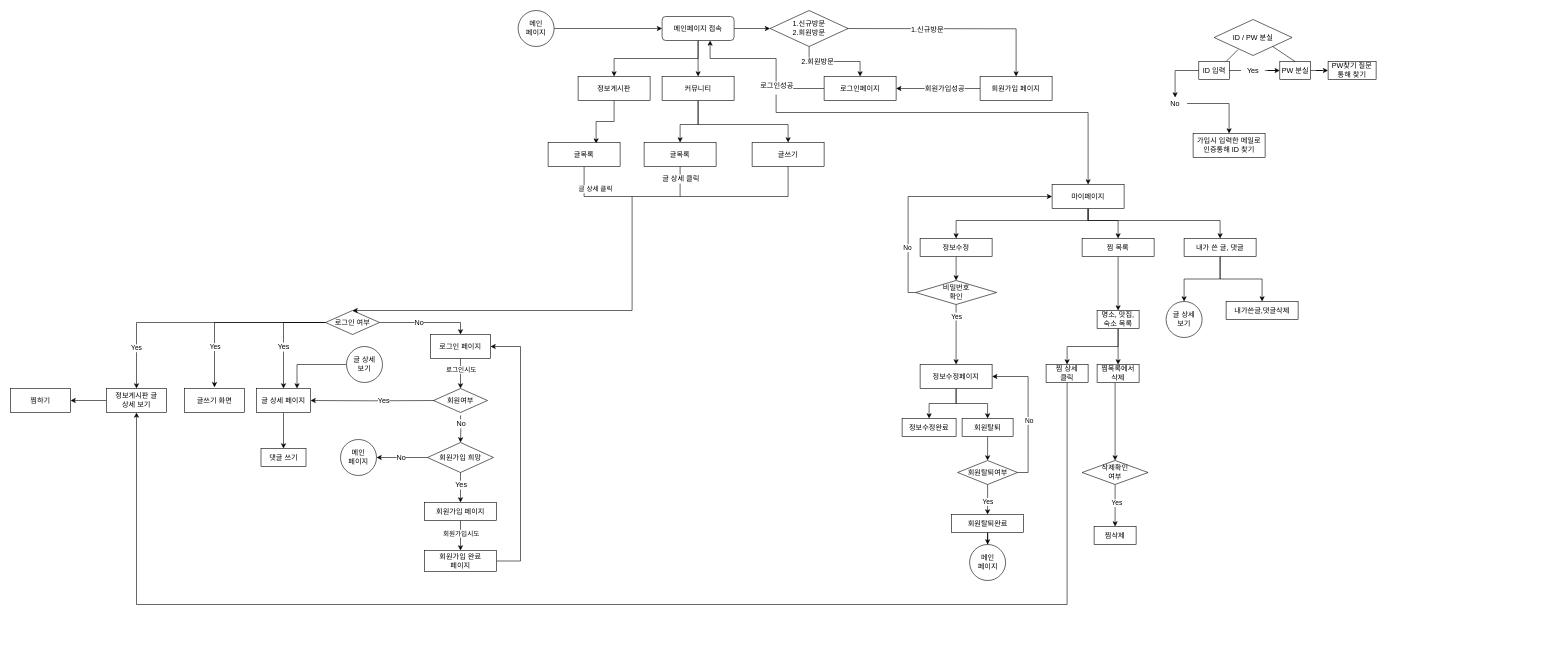
Before: Copy of Untitled Diagram.drawio in kzetadev/dotoriProject, a draw.io diagram. Source tidied: cells renumbered, new cells numbered last; positions are measured from the earlier drawing's top-left corner, leaving out a move shared by most shapes. Both pictures are drawn from the tidied source at 60%, with x=0, y=0 at pixel (10, 10).
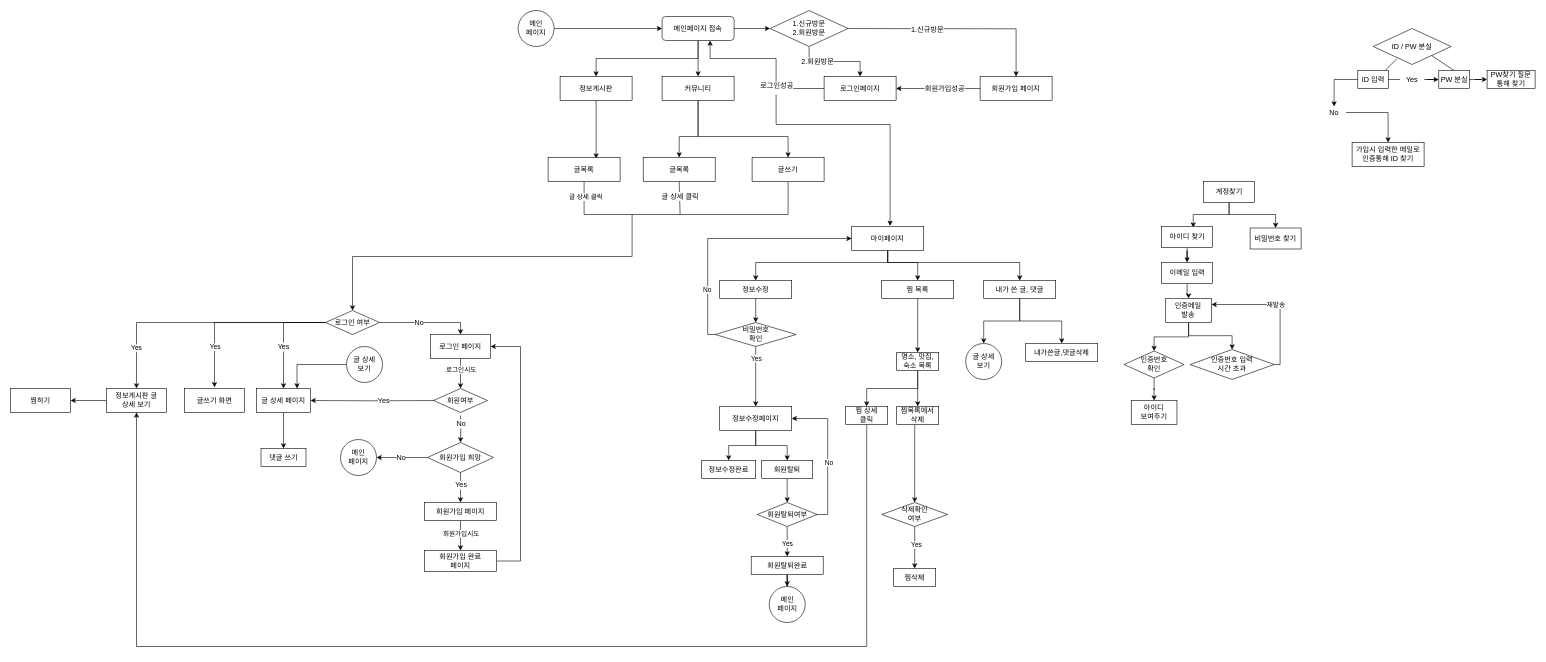
The same diagram, later.

The change refers to these unchanged cells:
```xml
<mxCell id="12" value="커뮤니티" style="rounded=0;whiteSpace=wrap;html=1;" parent="1" vertex="1">
  <mxGeometry x="1086" y="110" width="120" height="40" as="geometry" />
</mxCell>
<mxCell id="34" value="로그인 여부" style="rhombus;whiteSpace=wrap;html=1;" parent="1" vertex="1">
  <mxGeometry x="525" y="500" width="90" height="40" as="geometry" />
</mxCell>
<mxCell id="104" value="정보게시판 글&lt;br&gt;상세 보기" style="rounded=0;whiteSpace=wrap;html=1;" parent="1" vertex="1">
  <mxGeometry x="160" y="630" width="100" height="40" as="geometry" />
</mxCell>
```

What changed in the source:
```diff
@@
+    <mxCell id="11" style="edgeStyle=orthogonalEdgeStyle;rounded=0;jettySize=auto;html=1;entryX=0.5;entryY=0;entryDx=0;entryDy=0;exitX=0.5;exitY=1;exitDx=0;exitDy=0;" parent="1" edge="1" source="12" target="20">
+      <mxGeometry relative="1" as="geometry">
+        <Array as="points">
+          <mxPoint x="1146" y="210" />
+          <mxPoint x="1296" y="210" />
+        </Array>
+      </mxGeometry>
+    </mxCell>
     <mxCell id="10" style="edgeStyle=orthogonalEdgeStyle;rounded=0;jettySize=auto;html=1;entryX=0.5;entryY=0;entryDx=0;entryDy=0;" parent="1" edge="1" source="12" target="19">
       <mxGeometry relative="1" as="geometry">
         <Array as="points">
-          <mxPoint x="1146" y="190" />
-          <mxPoint x="1116" y="190" />
+          <mxPoint x="1146" y="210" />
+          <mxPoint x="1114" y="210" />
         </Array>
       </mxGeometry>
     </mxCell>
-    <mxCell id="11" style="edgeStyle=orthogonalEdgeStyle;rounded=0;jettySize=auto;html=1;entryX=0.5;entryY=0;entryDx=0;entryDy=0;" parent="1" edge="1" source="12" target="20">
-      <mxGeometry relative="1" as="geometry">
-        <Array as="points">
-          <mxPoint x="1146" y="190" />
-          <mxPoint x="1296" y="190" />
-        </Array>
-      </mxGeometry>
-    </mxCell>
@@
     <mxCell id="19" value="글목록" style="rounded=0;whiteSpace=wrap;html=1;" parent="1" vertex="1">
-      <mxGeometry x="1056" y="220" width="120" height="40" as="geometry" />
+      <mxGeometry x="1054.5" y="245" width="120" height="40" as="geometry" />
     </mxCell>
     <mxCell id="20" value="글쓰기" style="rounded=0;whiteSpace=wrap;html=1;" parent="1" vertex="1">
-      <mxGeometry x="1236" y="220" width="120" height="40" as="geometry" />
+      <mxGeometry x="1236" y="245" width="120" height="40" as="geometry" />
     </mxCell>
@@
     <mxCell id="22" style="endArrow=none;html=1;entryX=0.5;entryY=1;entryDx=0;entryDy=0;" parent="1" edge="1" target="19">
       <mxGeometry relative="1" as="geometry">
-        <mxPoint x="1116" y="310" as="sourcePoint" />
+        <mxPoint x="1116" y="340" as="sourcePoint" />
       </mxGeometry>
     </mxCell>
@@
     <mxCell id="24" style="endArrow=none;html=1;" parent="1" edge="1">
       <mxGeometry relative="1" as="geometry">
-        <mxPoint x="1036" y="310" as="sourcePoint" />
-        <mxPoint x="1296" y="310" as="targetPoint" />
+        <mxPoint x="1036" y="340" as="sourcePoint" />
+        <mxPoint x="1296" y="340" as="targetPoint" />
       </mxGeometry>
     </mxCell>
-    <mxCell id="25" style="endArrow=none;html=1;" parent="1" edge="1">
+    <mxCell id="25" style="endArrow=none;html=1;entryX=0.5;entryY=1;entryDx=0;entryDy=0;" parent="1" edge="1" target="20">
       <mxGeometry relative="1" as="geometry">
-        <mxPoint x="1296" y="310" as="sourcePoint" />
-        <mxPoint x="1296" y="260" as="targetPoint" />
+        <mxPoint x="1296" y="340" as="sourcePoint" />
       </mxGeometry>
     </mxCell>
@@
     <mxCell id="57" value="정보게시판" style="rounded=0;whiteSpace=wrap;html=1;" parent="1" vertex="1">
-      <mxGeometry x="946" y="110" width="120" height="40" as="geometry" />
+      <mxGeometry x="916" y="110" width="120" height="40" as="geometry" />
     </mxCell>
     <mxCell id="58" style="edgeStyle=orthogonalEdgeStyle;rounded=0;jettySize=auto;html=1;exitX=0.5;exitY=1;exitDx=0;exitDy=0;entryX=0.5;entryY=0;entryDx=0;entryDy=0;" parent="1" edge="1" source="60" target="34">
       <mxGeometry relative="1" as="geometry">
         <Array as="points">
-          <mxPoint x="956" y="310" />
-          <mxPoint x="1036" y="310" />
-          <mxPoint x="1036" y="500" />
+          <mxPoint x="956" y="340" />
+          <mxPoint x="1036" y="340" />
+          <mxPoint x="1036" y="410" />
+          <mxPoint x="570" y="410" />
         </Array>
       </mxGeometry>
     </mxCell>
     <mxCell id="59" value="글 상세 클릭" style="edgeLabel;html=1;align=center;verticalAlign=middle;" parent="58" vertex="1">
       <mxGeometry x="-0.83" y="-1" relative="1" as="geometry">
-        <mxPoint x="1" y="-14" as="offset" />
+        <mxPoint x="-7.9" y="-31" as="offset" />
       </mxGeometry>
     </mxCell>
     <mxCell id="60" value="글목록" style="rounded=0;whiteSpace=wrap;html=1;" parent="1" vertex="1">
-      <mxGeometry x="896" y="220" width="120" height="40" as="geometry" />
+      <mxGeometry x="896" y="245" width="120" height="40" as="geometry" />
     </mxCell>
     <mxCell id="61" style="endArrow=none;html=1;" parent="1" edge="1">
       <mxGeometry relative="1" as="geometry">
         <mxPoint x="1276" y="140" as="sourcePoint" />
-        <mxPoint x="1276" y="170" as="targetPoint" />
+        <mxPoint x="1276" y="190" as="targetPoint" />
       </mxGeometry>
     </mxCell>
     <mxCell id="62" style="endArrow=none;html=1;" parent="1" edge="1">
       <mxGeometry relative="1" as="geometry">
-        <mxPoint x="1276" y="170" as="sourcePoint" />
-        <mxPoint x="1796" y="170" as="targetPoint" />
+        <mxPoint x="1276" y="190" as="sourcePoint" />
+        <mxPoint x="1466" y="190" as="targetPoint" />
       </mxGeometry>
     </mxCell>
     <mxCell id="63" style="endArrow=classic;html=1;" parent="1" edge="1">
       <mxGeometry relative="1" as="geometry">
-        <mxPoint x="1796" y="170" as="sourcePoint" />
-        <mxPoint x="1796" y="290" as="targetPoint" />
+        <mxPoint x="1466" y="190" as="sourcePoint" />
+        <mxPoint x="1466" y="359" as="targetPoint" />
       </mxGeometry>
     </mxCell>
     <mxCell id="64" style="edgeStyle=orthogonalEdgeStyle;rounded=0;jettySize=auto;html=1;entryX=0.5;entryY=0;entryDx=0;entryDy=0;" parent="1" edge="1" source="67" target="73">
       <mxGeometry relative="1" as="geometry">
         <Array as="points">
-          <mxPoint x="1796" y="350" />
-          <mxPoint x="1846" y="350" />
+          <mxPoint x="1462" y="420" />
+          <mxPoint x="1512" y="420" />
         </Array>
       </mxGeometry>
     </mxCell>
     <mxCell id="65" style="edgeStyle=orthogonalEdgeStyle;rounded=0;jettySize=auto;html=1;entryX=0.5;entryY=0;entryDx=0;entryDy=0;" parent="1" edge="1" target="71">
       <mxGeometry relative="1" as="geometry">
-        <mxPoint x="1796" y="330" as="sourcePoint" />
+        <mxPoint x="1462" y="400" as="sourcePoint" />
         <Array as="points">
-          <mxPoint x="1796" y="350" />
-          <mxPoint x="2016" y="350" />
+          <mxPoint x="1462" y="420" />
+          <mxPoint x="1682" y="420" />
         </Array>
       </mxGeometry>
     </mxCell>
     <mxCell id="66" style="edgeStyle=orthogonalEdgeStyle;rounded=0;jettySize=auto;html=1;entryX=0.5;entryY=0;entryDx=0;entryDy=0;" parent="1" edge="1" source="67" target="69">
       <mxGeometry relative="1" as="geometry">
         <Array as="points">
-          <mxPoint x="1796" y="350" />
-          <mxPoint x="1576" y="350" />
+          <mxPoint x="1462" y="420" />
+          <mxPoint x="1242" y="420" />
         </Array>
       </mxGeometry>
     </mxCell>
     <mxCell id="67" value="마이페이지" style="rounded=0;whiteSpace=wrap;html=1;" parent="1" vertex="1">
-      <mxGeometry x="1736" y="290" width="120" height="40" as="geometry" />
+      <mxGeometry x="1402" y="360" width="120" height="40" as="geometry" />
     </mxCell>
     <mxCell id="68" style="edgeStyle=orthogonalEdgeStyle;rounded=0;jettySize=auto;html=1;entryX=0.5;entryY=0;entryDx=0;entryDy=0;" parent="1" edge="1" source="69" target="78">
       <mxGeometry relative="1" as="geometry">
         <Array as="points">
-          <mxPoint x="1576" y="430" />
-          <mxPoint x="1576" y="430" />
+          <mxPoint x="1242" y="500" />
+          <mxPoint x="1242" y="500" />
         </Array>
       </mxGeometry>
     </mxCell>
     <mxCell id="69" value="정보수정" style="rounded=0;whiteSpace=wrap;html=1;" parent="1" vertex="1">
-      <mxGeometry x="1516" y="380" width="120" height="30" as="geometry" />
+      <mxGeometry x="1182" y="450" width="120" height="30" as="geometry" />
     </mxCell>
@@
     <mxCell id="71" value="내가 쓴 글, 댓글" style="rounded=0;whiteSpace=wrap;html=1;" parent="1" vertex="1">
-      <mxGeometry x="1956" y="380" width="120" height="30" as="geometry" />
+      <mxGeometry x="1622" y="450" width="120" height="30" as="geometry" />
     </mxCell>
@@
     <mxCell id="73" value="찜 목록" style="rounded=0;whiteSpace=wrap;html=1;" parent="1" vertex="1">
-      <mxGeometry x="1786" y="380" width="120" height="30" as="geometry" />
+      <mxGeometry x="1452" y="450" width="120" height="30" as="geometry" />
     </mxCell>
@@
     <mxCell id="76" style="edgeStyle=orthogonalEdgeStyle;rounded=0;jettySize=auto;html=1;entryX=0;entryY=0.5;entryDx=0;entryDy=0;exitX=0;exitY=0.5;exitDx=0;exitDy=0;" parent="1" edge="1" source="78" target="67">
       <mxGeometry relative="1" as="geometry">
         <Array as="points">
-          <mxPoint x="1496" y="470" />
-          <mxPoint x="1496" y="310" />
+          <mxPoint x="1162" y="540" />
+          <mxPoint x="1162" y="380" />
         </Array>
       </mxGeometry>
     </mxCell>
@@
     <mxCell id="78" value="&lt;div&gt;비밀번호&lt;/div&gt;&lt;div&gt;확인&lt;/div&gt;" style="rhombus;whiteSpace=wrap;html=1;" parent="1" vertex="1">
-      <mxGeometry x="1508.5" y="450" width="135" height="40" as="geometry" />
+      <mxGeometry x="1174.5" y="520" width="135" height="40" as="geometry" />
     </mxCell>
@@
     <mxCell id="81" value="정보수정페이지" style="rounded=0;whiteSpace=wrap;html=1;" parent="1" vertex="1">
-      <mxGeometry x="1516" y="590" width="120" height="40" as="geometry" />
+      <mxGeometry x="1182" y="660" width="120" height="40" as="geometry" />
     </mxCell>
     <mxCell id="82" value="정보수정완료" style="rounded=0;whiteSpace=wrap;html=1;" parent="1" vertex="1">
-      <mxGeometry x="1486" y="680" width="90" height="30" as="geometry" />
+      <mxGeometry x="1152" y="750" width="90" height="30" as="geometry" />
     </mxCell>
@@
     <mxCell id="84" value="회원탈퇴" style="rounded=0;whiteSpace=wrap;html=1;" parent="1" vertex="1">
-      <mxGeometry x="1586" y="680" width="85" height="30" as="geometry" />
+      <mxGeometry x="1252" y="750" width="85" height="30" as="geometry" />
     </mxCell>
@@
     <mxCell id="87" style="edgeStyle=orthogonalEdgeStyle;rounded=0;jettySize=auto;html=1;exitX=1;exitY=0.5;exitDx=0;exitDy=0;entryX=1;entryY=0.5;entryDx=0;entryDy=0;" parent="1" edge="1" source="89" target="81">
       <mxGeometry relative="1" as="geometry">
         <Array as="points">
-          <mxPoint x="1696" y="770" />
-          <mxPoint x="1696" y="610" />
+          <mxPoint x="1362" y="840" />
+          <mxPoint x="1362" y="680" />
         </Array>
       </mxGeometry>
     </mxCell>
@@
     <mxCell id="89" value="회원탈퇴여부" style="rhombus;whiteSpace=wrap;html=1;" parent="1" vertex="1">
-      <mxGeometry x="1578.5" y="750" width="100" height="40" as="geometry" />
+      <mxGeometry x="1244.5" y="820" width="100" height="40" as="geometry" />
     </mxCell>
@@
     <mxCell id="91" value="회원탈퇴완료" style="rounded=0;whiteSpace=wrap;html=1;" parent="1" vertex="1">
-      <mxGeometry x="1568.5" y="840" width="120" height="30" as="geometry" />
+      <mxGeometry x="1234.5" y="910" width="120" height="30" as="geometry" />
     </mxCell>
     <mxCell id="92" style="edgeStyle=orthogonalEdgeStyle;rounded=0;jettySize=auto;html=1;entryX=0.5;entryY=0;entryDx=0;entryDy=0;" parent="1" edge="1" source="94" target="96">
       <mxGeometry relative="1" as="geometry">
         <Array as="points">
-          <mxPoint x="1846" y="560" />
-          <mxPoint x="1761" y="560" />
+          <mxPoint x="1512" y="630" />
+          <mxPoint x="1427" y="630" />
         </Array>
       </mxGeometry>
     </mxCell>
@@
     <mxCell id="94" value="명소, 맛집, 숙소 목록" style="rounded=0;whiteSpace=wrap;html=1;" parent="1" vertex="1">
-      <mxGeometry x="1811" y="500" width="70" height="30" as="geometry" />
+      <mxGeometry x="1477" y="570" width="70" height="30" as="geometry" />
     </mxCell>
     <mxCell id="95" style="edgeStyle=orthogonalEdgeStyle;rounded=0;jettySize=auto;html=1;entryX=0.5;entryY=1;entryDx=0;entryDy=0;fillColor=#a20025;strokeColor=#000000;exitX=0.5;exitY=1;exitDx=0;exitDy=0;" parent="1" edge="1" source="96" target="104">
       <mxGeometry relative="1" as="geometry">
         <Array as="points">
-          <mxPoint x="1761" y="990" />
-          <mxPoint x="210" y="990" />
+          <mxPoint x="1427" y="1060" />
+          <mxPoint x="210" y="1060" />
         </Array>
       </mxGeometry>
     </mxCell>
     <mxCell id="96" value="&lt;div&gt;찜 상세&lt;/div&gt;&lt;div&gt;클릭&lt;/div&gt;" style="rounded=0;whiteSpace=wrap;html=1;" parent="1" vertex="1">
-      <mxGeometry x="1726" y="590" width="70" height="30" as="geometry" />
+      <mxGeometry x="1392" y="660" width="70" height="30" as="geometry" />
     </mxCell>
     <mxCell id="97" style="edgeStyle=orthogonalEdgeStyle;rounded=0;jettySize=auto;html=1;entryX=0.5;entryY=0;entryDx=0;entryDy=0;" parent="1" edge="1" source="98" target="101">
       <mxGeometry relative="1" as="geometry">
         <Array as="points">
-          <mxPoint x="1841" y="720" />
-          <mxPoint x="1841" y="720" />
+          <mxPoint x="1507" y="790" />
+          <mxPoint x="1507" y="790" />
         </Array>
       </mxGeometry>
     </mxCell>
     <mxCell id="98" value="찜목록에서 삭제" style="rounded=0;whiteSpace=wrap;html=1;" parent="1" vertex="1">
-      <mxGeometry x="1811" y="590" width="70" height="30" as="geometry" />
+      <mxGeometry x="1477" y="660" width="70" height="30" as="geometry" />
     </mxCell>
     <mxCell id="99" style="edgeStyle=orthogonalEdgeStyle;rounded=0;jettySize=auto;html=1;entryX=0.5;entryY=0;entryDx=0;entryDy=0;" parent="1" edge="1" source="101" target="102">
       <mxGeometry relative="1" as="geometry">
         <Array as="points">
-          <mxPoint x="1841" y="820" />
-          <mxPoint x="1841" y="820" />
+          <mxPoint x="1507" y="890" />
+          <mxPoint x="1507" y="890" />
         </Array>
       </mxGeometry>
     </mxCell>
@@
     <mxCell id="101" value="&lt;div&gt;삭제확인&lt;/div&gt;&lt;div&gt;여부&lt;/div&gt;" style="rhombus;whiteSpace=wrap;html=1;" parent="1" vertex="1">
-      <mxGeometry x="1786" y="750" width="110" height="40" as="geometry" />
+      <mxGeometry x="1452" y="820" width="110" height="40" as="geometry" />
     </mxCell>
     <mxCell id="102" value="찜삭제" style="rounded=0;whiteSpace=wrap;html=1;" parent="1" vertex="1">
-      <mxGeometry x="1806" y="860" width="70" height="30" as="geometry" />
+      <mxGeometry x="1472" y="930" width="70" height="30" as="geometry" />
     </mxCell>
@@
     <mxCell id="108" value="&lt;div&gt;메인&lt;/div&gt;&lt;div&gt;페이지&lt;br&gt;&lt;/div&gt;" style="ellipse;whiteSpace=wrap;html=1;" parent="1" vertex="1">
-      <mxGeometry x="1598.5" y="890" width="60" height="60" as="geometry" />
+      <mxGeometry x="1264.5" y="960" width="60" height="60" as="geometry" />
     </mxCell>
@@
     <mxCell id="110" value="&lt;div&gt;글 상세&lt;/div&gt;&lt;div&gt;보기&lt;/div&gt;" style="ellipse;whiteSpace=wrap;html=1;" parent="1" vertex="1">
-      <mxGeometry x="1926" y="485" width="60" height="60" as="geometry" />
+      <mxGeometry x="1592" y="555" width="60" height="60" as="geometry" />
     </mxCell>
@@
     <mxCell id="114" value="내가쓴글,댓글삭제" style="rounded=0;whiteSpace=wrap;html=1;" parent="1" vertex="1">
-      <mxGeometry x="2026" y="485" width="120" height="30" as="geometry" />
+      <mxGeometry x="1692" y="555" width="120" height="30" as="geometry" />
     </mxCell>
@@
     <mxCell id="116" value="ID / PW 분실" style="rhombus;whiteSpace=wrap;html=1;" parent="1" vertex="1">
-      <mxGeometry x="2006" y="15" width="130" height="60" as="geometry" />
+      <mxGeometry x="2271" y="30" width="130" height="60" as="geometry" />
     </mxCell>
     <mxCell id="117" value="가입시 입력한 메일로&lt;br&gt;인증통해 ID 찾기" style="rounded=0;whiteSpace=wrap;html=1;" parent="1" vertex="1">
-      <mxGeometry x="1971" y="205" width="120" height="40" as="geometry" />
+      <mxGeometry x="2236" y="220" width="120" height="40" as="geometry" />
     </mxCell>
     <mxCell id="118" style="endArrow=none;html=1;" parent="1" edge="1">
       <mxGeometry relative="1" as="geometry">
-        <mxPoint x="2026" y="85" as="sourcePoint" />
-        <mxPoint x="2046" y="65" as="targetPoint" />
+        <mxPoint x="2291" y="100" as="sourcePoint" />
+        <mxPoint x="2311" y="80" as="targetPoint" />
       </mxGeometry>
     </mxCell>
@@
     <mxCell id="121" value="ID 입력" style="rounded=0;whiteSpace=wrap;html=1;" parent="1" vertex="1">
-      <mxGeometry x="1980.5" y="85" width="51" height="30" as="geometry" />
+      <mxGeometry x="2245.5" y="100" width="51" height="30" as="geometry" />
     </mxCell>
@@
     <mxCell id="123" value="PW 분실" style="rounded=0;whiteSpace=wrap;html=1;" parent="1" vertex="1">
-      <mxGeometry x="2115.5" y="85" width="51" height="30" as="geometry" />
+      <mxGeometry x="2380.5" y="100" width="51" height="30" as="geometry" />
     </mxCell>
     <mxCell id="124" value="PW찾기 질문 통해 찾기" style="rounded=0;whiteSpace=wrap;html=1;" parent="1" vertex="1">
-      <mxGeometry x="2196" y="85" width="80" height="30" as="geometry" />
+      <mxGeometry x="2461" y="100" width="80" height="30" as="geometry" />
     </mxCell>
     <mxCell id="125" value="No" style="text;html=1;strokeColor=none;fillColor=none;align=center;verticalAlign=middle;whiteSpace=wrap;rounded=0;" parent="1" vertex="1">
-      <mxGeometry x="1921" y="145" width="40" height="20" as="geometry" />
+      <mxGeometry x="2186" y="160" width="40" height="20" as="geometry" />
     </mxCell>
@@
     <mxCell id="127" value="Yes" style="text;html=1;strokeColor=none;fillColor=none;align=center;verticalAlign=middle;whiteSpace=wrap;rounded=0;" parent="1" vertex="1">
-      <mxGeometry x="2051" y="57.5" width="40" height="85" as="geometry" />
+      <mxGeometry x="2316" y="72.5" width="40" height="85" as="geometry" />
     </mxCell>
@@
+    <mxCell id="130" style="edgeStyle=orthogonalEdgeStyle;rounded=0;jettySize=auto;html=1;entryX=0.62;entryY=0.051;entryDx=0;entryDy=0;entryPerimeter=0;" parent="1" edge="1" source="132" target="134">
+      <mxGeometry relative="1" as="geometry" />
+    </mxCell>
+    <mxCell id="131" style="edgeStyle=orthogonalEdgeStyle;rounded=0;jettySize=auto;html=1;entryX=0.5;entryY=0;entryDx=0;entryDy=0;" parent="1" edge="1" source="132" target="135">
+      <mxGeometry relative="1" as="geometry">
+        <Array as="points">
+          <mxPoint x="2031" y="340" />
+          <mxPoint x="2109" y="340" />
+        </Array>
+      </mxGeometry>
+    </mxCell>
+    <mxCell id="132" value="계정찾기" style="rounded=0;whiteSpace=wrap;html=1;" parent="1" vertex="1">
+      <mxGeometry x="1988.5" y="285" width="85" height="35" as="geometry" />
+    </mxCell>
+    <mxCell id="133" style="edgeStyle=orthogonalEdgeStyle;rounded=0;jettySize=auto;html=1;" parent="1" edge="1" source="134" target="137">
+      <mxGeometry relative="1" as="geometry" />
+    </mxCell>
+    <mxCell id="134" value="아이디 찾기" style="rounded=0;whiteSpace=wrap;html=1;" parent="1" vertex="1">
+      <mxGeometry x="1918.5" y="360" width="85" height="35" as="geometry" />
+    </mxCell>
+    <mxCell id="135" value="비밀번호 찾기" style="rounded=0;whiteSpace=wrap;html=1;" parent="1" vertex="1">
+      <mxGeometry x="2066" y="362.5" width="85" height="35" as="geometry" />
+    </mxCell>
+    <mxCell id="136" style="edgeStyle=orthogonalEdgeStyle;rounded=0;jettySize=auto;html=1;" parent="1" edge="1" source="137" target="143">
+      <mxGeometry relative="1" as="geometry" />
+    </mxCell>
+    <mxCell id="137" value="이메일 입력" style="rounded=0;whiteSpace=wrap;html=1;" parent="1" vertex="1">
+      <mxGeometry x="1918.5" y="420" width="85" height="35" as="geometry" />
+    </mxCell>
+    <mxCell id="138" style="edgeStyle=orthogonalEdgeStyle;rounded=0;jettySize=auto;html=1;entryX=0.5;entryY=0;entryDx=0;entryDy=0;" parent="1" edge="1" source="139" target="140">
+      <mxGeometry relative="1" as="geometry" />
+    </mxCell>
+    <mxCell id="139" value="&lt;div&gt;인증번호&lt;/div&gt;&lt;div&gt;확인&lt;/div&gt;" style="rhombus;whiteSpace=wrap;html=1;" parent="1" vertex="1">
+      <mxGeometry x="1856" y="567.5" width="100" height="45" as="geometry" />
+    </mxCell>
+    <mxCell id="140" value="&lt;div&gt;아이디&lt;br&gt;&lt;/div&gt;&lt;div&gt;보여주기&lt;/div&gt;" style="rounded=0;whiteSpace=wrap;html=1;" parent="1" vertex="1">
+      <mxGeometry x="1867.9" y="650" width="76.2" height="40" as="geometry" />
+    </mxCell>
+    <mxCell id="141" style="edgeStyle=orthogonalEdgeStyle;rounded=0;jettySize=auto;html=1;entryX=0.5;entryY=0;entryDx=0;entryDy=0;" parent="1" edge="1" source="143" target="139">
+      <mxGeometry relative="1" as="geometry">
+        <Array as="points">
+          <mxPoint x="1964" y="544" />
+          <mxPoint x="1906" y="544" />
+        </Array>
+      </mxGeometry>
+    </mxCell>
+    <mxCell id="142" style="edgeStyle=orthogonalEdgeStyle;rounded=0;jettySize=auto;html=1;entryX=0.5;entryY=0;entryDx=0;entryDy=0;" parent="1" edge="1" source="143" target="146">
+      <mxGeometry relative="1" as="geometry">
+        <Array as="points">
+          <mxPoint x="1964" y="542" />
+          <mxPoint x="2036" y="542" />
+        </Array>
+      </mxGeometry>
+    </mxCell>
+    <mxCell id="143" value="&lt;div&gt;인증메일&lt;/div&gt;&lt;div&gt;발송&lt;br&gt;&lt;/div&gt;" style="rounded=0;whiteSpace=wrap;html=1;" parent="1" vertex="1">
+      <mxGeometry x="1925.4" y="480" width="76.2" height="40" as="geometry" />
+    </mxCell>
+    <mxCell id="144" style="edgeStyle=orthogonalEdgeStyle;rounded=0;jettySize=auto;html=1;entryX=1;entryY=0.25;entryDx=0;entryDy=0;" parent="1" edge="1" source="146" target="143">
+      <mxGeometry relative="1" as="geometry">
+        <Array as="points">
+          <mxPoint x="2116" y="590" />
+          <mxPoint x="2116" y="490" />
+        </Array>
+      </mxGeometry>
+    </mxCell>
+    <mxCell id="145" value="재발송" style="edgeLabel;html=1;align=center;verticalAlign=middle;" parent="144" vertex="1">
+      <mxGeometry x="0.05" relative="1" as="geometry" />
+    </mxCell>
+    <mxCell id="146" value="인증번호 입력 &lt;br&gt;시간 초과" style="rhombus;whiteSpace=wrap;html=1;" parent="1" vertex="1">
+      <mxGeometry x="1966" y="565" width="140" height="50" as="geometry" />
+    </mxCell>
```
